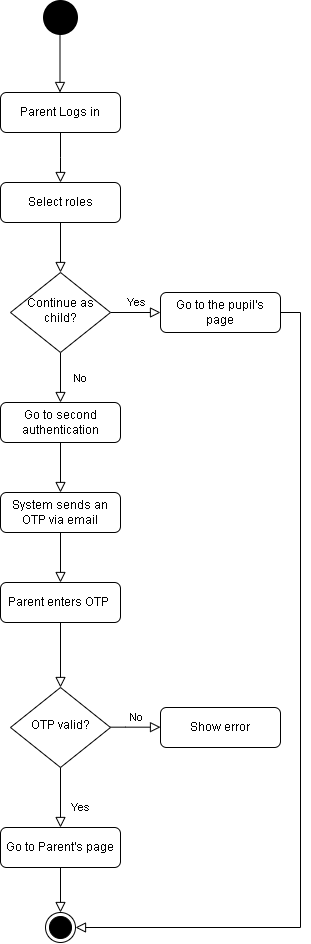
Earlier version of the draw.io export Activity-diagrams/activity-diagram-choose-role.drawio.png (LeandroBakollari/learning-platform). Source tidied: cells renumbered, new cells last; positions are measured from the earlier drawing's top-left corner, leaving out a move shared by most shapes.
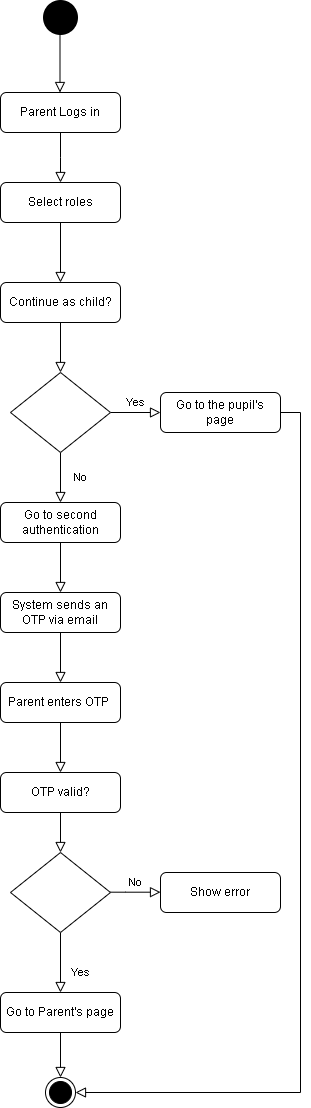
Later version of the same file.

The edit, as a diff of the source:
```diff
@@ -2,7 +2,7 @@
   <root>
     <mxCell id="0" />
     <mxCell id="1" parent="0" />
-    <mxCell id="2" style="rounded=0;html=1;jettySize=auto;fontSize=11;endArrow=block;endFill=0;endSize=8;strokeWidth=1;shadow=0;labelBackgroundColor=none;edgeStyle=orthogonalEdgeStyle;" parent="1" edge="1" source="3" target="6">
+    <mxCell id="2" style="rounded=0;html=1;jettySize=auto;fontSize=11;endArrow=block;endFill=0;endSize=8;strokeWidth=1;shadow=0;labelBackgroundColor=none;edgeStyle=orthogonalEdgeStyle;" parent="1" edge="1" source="3" target="27">
       <mxGeometry relative="1" as="geometry" />
     </mxCell>
     <mxCell id="3" value="Select roles" style="rounded=1;whiteSpace=wrap;html=1;fontSize=12;glass=0;strokeWidth=1;shadow=0;" parent="1" vertex="1">
@@ -14,33 +14,33 @@
     <mxCell id="5" value="Yes" style="edgeStyle=orthogonalEdgeStyle;rounded=0;html=1;jettySize=auto;fontSize=11;endArrow=block;endFill=0;endSize=8;strokeWidth=1;shadow=0;labelBackgroundColor=none;" parent="1" edge="1" source="6" target="7">
       <mxGeometry y="10" relative="1" as="geometry" />
     </mxCell>
-    <mxCell id="6" value="Continue as child?" style="rhombus;whiteSpace=wrap;html=1;shadow=0;fontFamily=Helvetica;fontSize=12;align=center;strokeWidth=1;spacing=6;spacingTop=-4;" parent="1" vertex="1">
-      <mxGeometry x="10" y="270" width="100" height="80" as="geometry" />
+    <mxCell id="6" style="rhombus;whiteSpace=wrap;html=1;shadow=0;fontFamily=Helvetica;fontSize=12;align=center;strokeWidth=1;spacing=6;spacingTop=-4;" parent="1" vertex="1">
+      <mxGeometry x="10" y="370" width="100" height="80" as="geometry" />
     </mxCell>
     <mxCell id="7" value="Go to the pupil's page" style="rounded=1;whiteSpace=wrap;html=1;fontSize=12;glass=0;strokeWidth=1;shadow=0;" parent="1" vertex="1">
-      <mxGeometry x="160" y="290" width="120" height="40" as="geometry" />
+      <mxGeometry x="160" y="390" width="120" height="40" as="geometry" />
     </mxCell>
     <mxCell id="8" value="Yes" style="rounded=0;html=1;jettySize=auto;fontSize=11;endArrow=block;endFill=0;endSize=8;strokeWidth=1;shadow=0;labelBackgroundColor=none;edgeStyle=orthogonalEdgeStyle;" parent="1" edge="1" source="10" target="11">
       <mxGeometry x="0.33" y="20" relative="1" as="geometry" />
     </mxCell>
     <mxCell id="9" value="No" style="edgeStyle=orthogonalEdgeStyle;rounded=0;html=1;jettySize=auto;orthogonalLoop=1;fontSize=11;endArrow=block;endFill=0;endSize=8;strokeWidth=1;shadow=0;labelBackgroundColor=none;" parent="1" edge="1">
       <mxGeometry y="10" relative="1" as="geometry">
-        <mxPoint x="110" y="724.7" as="sourcePoint" />
-        <mxPoint x="160" y="724.7" as="targetPoint" />
+        <mxPoint x="110" y="889.7" as="sourcePoint" />
+        <mxPoint x="160" y="889.7" as="targetPoint" />
         <Array as="points">
-          <mxPoint x="125" y="724.7" />
-          <mxPoint x="125" y="724.7" />
+          <mxPoint x="125" y="889.7" />
+          <mxPoint x="125" y="889.7" />
         </Array>
       </mxGeometry>
     </mxCell>
-    <mxCell id="10" value="OTP valid?" style="rhombus;whiteSpace=wrap;html=1;shadow=0;fontFamily=Helvetica;fontSize=12;align=center;strokeWidth=1;spacing=6;spacingTop=-4;" parent="1" vertex="1">
-      <mxGeometry x="10" y="685" width="100" height="80" as="geometry" />
+    <mxCell id="10" style="rhombus;whiteSpace=wrap;html=1;shadow=0;fontFamily=Helvetica;fontSize=12;align=center;strokeWidth=1;spacing=6;spacingTop=-4;" parent="1" vertex="1">
+      <mxGeometry x="10" y="850" width="100" height="80" as="geometry" />
     </mxCell>
     <mxCell id="11" value="Go to Parent's page" style="rounded=1;whiteSpace=wrap;html=1;fontSize=12;glass=0;strokeWidth=1;shadow=0;" parent="1" vertex="1">
-      <mxGeometry y="825" width="120" height="40" as="geometry" />
+      <mxGeometry y="990" width="120" height="40" as="geometry" />
     </mxCell>
     <mxCell id="12" value="Show error" style="rounded=1;whiteSpace=wrap;html=1;fontSize=12;glass=0;strokeWidth=1;shadow=0;" parent="1" vertex="1">
-      <mxGeometry x="160" y="705" width="120" height="40" as="geometry" />
+      <mxGeometry x="160" y="870" width="120" height="40" as="geometry" />
     </mxCell>
     <mxCell id="13" style="rounded=0;html=1;jettySize=auto;fontSize=11;endArrow=block;endFill=0;endSize=8;strokeWidth=1;shadow=0;labelBackgroundColor=none;edgeStyle=orthogonalEdgeStyle;" parent="1" edge="1" source="14">
       <mxGeometry relative="1" as="geometry">
@@ -54,22 +54,22 @@
       <mxGeometry relative="1" as="geometry" />
     </mxCell>
     <mxCell id="16" value="Go to second authentication" style="rounded=1;whiteSpace=wrap;html=1;fontSize=12;glass=0;strokeWidth=1;shadow=0;" parent="1" vertex="1">
-      <mxGeometry y="400" width="120" height="40" as="geometry" />
+      <mxGeometry y="500" width="120" height="40" as="geometry" />
     </mxCell>
     <mxCell id="17" style="rounded=0;html=1;jettySize=auto;fontSize=11;endArrow=block;endFill=0;endSize=8;strokeWidth=1;shadow=0;labelBackgroundColor=none;edgeStyle=orthogonalEdgeStyle;" parent="1" edge="1" source="18" target="20">
       <mxGeometry relative="1" as="geometry" />
     </mxCell>
     <mxCell id="18" value="System sends an OTP via email" style="rounded=1;whiteSpace=wrap;html=1;fontSize=12;glass=0;strokeWidth=1;shadow=0;" parent="1" vertex="1">
-      <mxGeometry y="490" width="120" height="40" as="geometry" />
+      <mxGeometry y="590" width="120" height="40" as="geometry" />
     </mxCell>
-    <mxCell id="19" style="rounded=0;html=1;jettySize=auto;fontSize=11;endArrow=block;endFill=0;endSize=8;strokeWidth=1;shadow=0;labelBackgroundColor=none;edgeStyle=orthogonalEdgeStyle;" parent="1" edge="1" source="20" target="10">
+    <mxCell id="19" style="rounded=0;html=1;jettySize=auto;fontSize=11;endArrow=block;endFill=0;endSize=8;strokeWidth=1;shadow=0;labelBackgroundColor=none;edgeStyle=orthogonalEdgeStyle;" parent="1" edge="1" source="20" target="29">
       <mxGeometry relative="1" as="geometry" />
     </mxCell>
     <mxCell id="20" value="Parent enters OTP&amp;nbsp;" style="rounded=1;whiteSpace=wrap;html=1;fontSize=12;glass=0;strokeWidth=1;shadow=0;" parent="1" vertex="1">
-      <mxGeometry y="580" width="120" height="40" as="geometry" />
+      <mxGeometry y="680" width="120" height="40" as="geometry" />
     </mxCell>
     <mxCell id="21" style="ellipse;html=1;shape=endState;fillColor=#000000;strokeColor=#000000;" parent="1" vertex="1">
-      <mxGeometry x="45" y="910" width="30" height="30" as="geometry" />
+      <mxGeometry x="45" y="1075" width="30" height="30" as="geometry" />
     </mxCell>
     <mxCell id="22" style="rounded=0;html=1;jettySize=auto;fontSize=11;endArrow=block;endFill=0;endSize=8;strokeWidth=1;shadow=0;labelBackgroundColor=none;edgeStyle=orthogonalEdgeStyle;exitX=0.5;exitY=1;exitDx=0;exitDy=0;entryX=0.5;entryY=0;entryDx=0;entryDy=0;" parent="1" edge="1" source="11" target="21">
       <mxGeometry relative="1" as="geometry" />
@@ -86,11 +86,23 @@
     <mxCell id="25" style="rounded=0;html=1;jettySize=auto;fontSize=11;endArrow=block;endFill=0;endSize=8;strokeWidth=1;shadow=0;labelBackgroundColor=none;edgeStyle=orthogonalEdgeStyle;exitX=1;exitY=0.25;exitDx=0;exitDy=0;" parent="1" edge="1" source="7" target="21">
       <mxGeometry relative="1" as="geometry">
         <Array as="points">
-          <mxPoint x="280" y="310" />
-          <mxPoint x="300" y="310" />
-          <mxPoint x="300" y="925" />
+          <mxPoint x="280" y="410" />
+          <mxPoint x="300" y="410" />
+          <mxPoint x="300" y="1090" />
         </Array>
       </mxGeometry>
     </mxCell>
+    <mxCell id="26" style="rounded=0;html=1;jettySize=auto;fontSize=11;endArrow=block;endFill=0;endSize=8;strokeWidth=1;shadow=0;labelBackgroundColor=none;edgeStyle=orthogonalEdgeStyle;" parent="1" edge="1" source="27" target="6">
+      <mxGeometry relative="1" as="geometry" />
+    </mxCell>
+    <mxCell id="27" value="Continue as child?" style="rounded=1;whiteSpace=wrap;html=1;fontSize=12;glass=0;strokeWidth=1;shadow=0;" parent="1" vertex="1">
+      <mxGeometry y="280" width="120" height="40" as="geometry" />
+    </mxCell>
+    <mxCell id="28" style="rounded=0;html=1;jettySize=auto;fontSize=11;endArrow=block;endFill=0;endSize=8;strokeWidth=1;shadow=0;labelBackgroundColor=none;edgeStyle=orthogonalEdgeStyle;" parent="1" edge="1" source="29" target="10">
+      <mxGeometry relative="1" as="geometry" />
+    </mxCell>
+    <mxCell id="29" value="OTP valid?" style="rounded=1;whiteSpace=wrap;html=1;fontSize=12;glass=0;strokeWidth=1;shadow=0;" parent="1" vertex="1">
+      <mxGeometry y="770" width="120" height="40" as="geometry" />
+    </mxCell>
   </root>
 </mxGraphModel>
```
